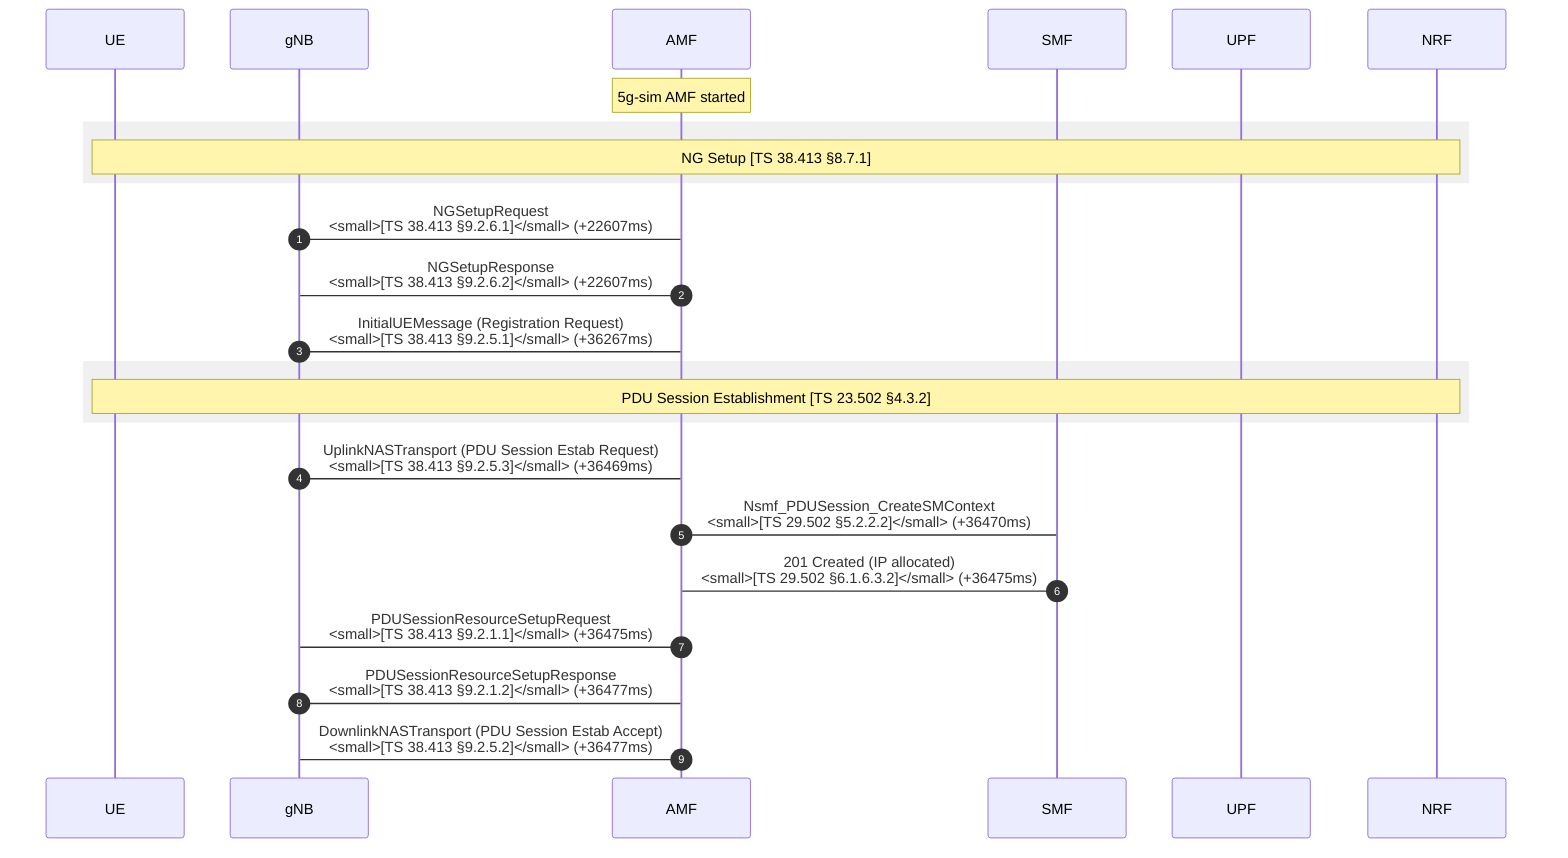
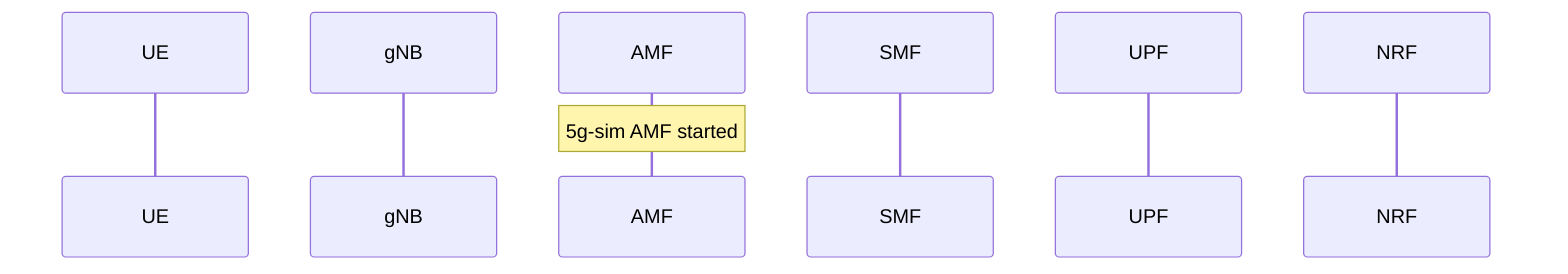
sequenceDiagram
  autonumber
  participant UE
  participant gNB
  participant AMF
  participant SMF
  participant UPF
  participant NRF

  Note over AMF: 5g-sim AMF started
- 
-   rect rgb(240, 240, 240)
-     Note over UE,NRF: NG Setup [TS 38.413 §8.7.1]
-   end
- 
-   gNB->AMF: NGSetupRequest<br/><small>[TS 38.413 §9.2.6.1]</small> (+22607ms)
-   AMF->gNB: NGSetupResponse<br/><small>[TS 38.413 §9.2.6.2]</small> (+22607ms)
-   gNB->AMF: InitialUEMessage (Registration Request)<br/><small>[TS 38.413 §9.2.5.1]</small> (+36267ms)
- 
-   rect rgb(240, 240, 240)
-     Note over UE,NRF: PDU Session Establishment [TS 23.502 §4.3.2]
-   end
- 
-   gNB->AMF: UplinkNASTransport (PDU Session Estab Request)<br/><small>[TS 38.413 §9.2.5.3]</small> (+36469ms)
-   AMF->SMF: Nsmf_PDUSession_CreateSMContext<br/><small>[TS 29.502 §5.2.2.2]</small> (+36470ms)
-   SMF->AMF: 201 Created (IP allocated)<br/><small>[TS 29.502 §6.1.6.3.2]</small> (+36475ms)
-   AMF->gNB: PDUSessionResourceSetupRequest<br/><small>[TS 38.413 §9.2.1.1]</small> (+36475ms)
-   gNB->AMF: PDUSessionResourceSetupResponse<br/><small>[TS 38.413 §9.2.1.2]</small> (+36477ms)
-   AMF->gNB: DownlinkNASTransport (PDU Session Estab Accept)<br/><small>[TS 38.413 §9.2.5.2]</small> (+36477ms)
